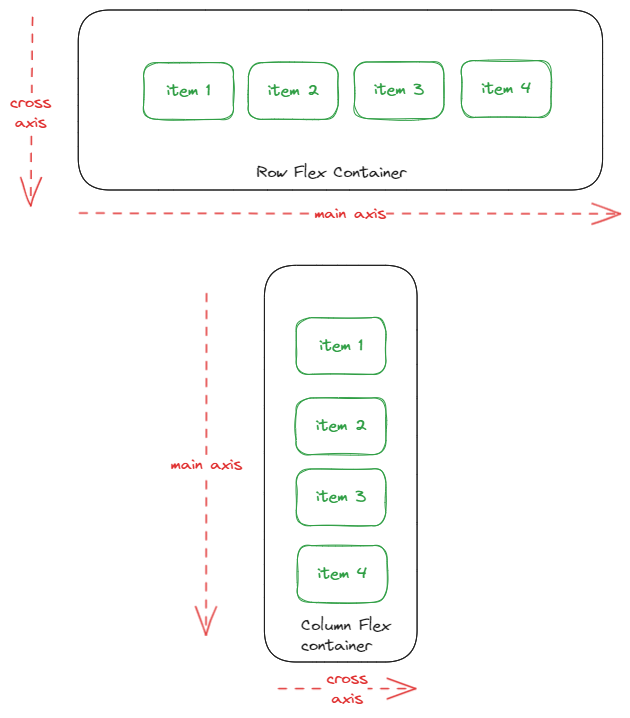
This is static/img/flex-main-cross-axis.excalidraw.png from swaroopar/inprogress-engineer, a Excalidraw export, as it was before one commit. Source tidied: one line per element, renumbered; positions are measured from the earlier drawing's top-left corner, leaving out a move shared by most shapes.
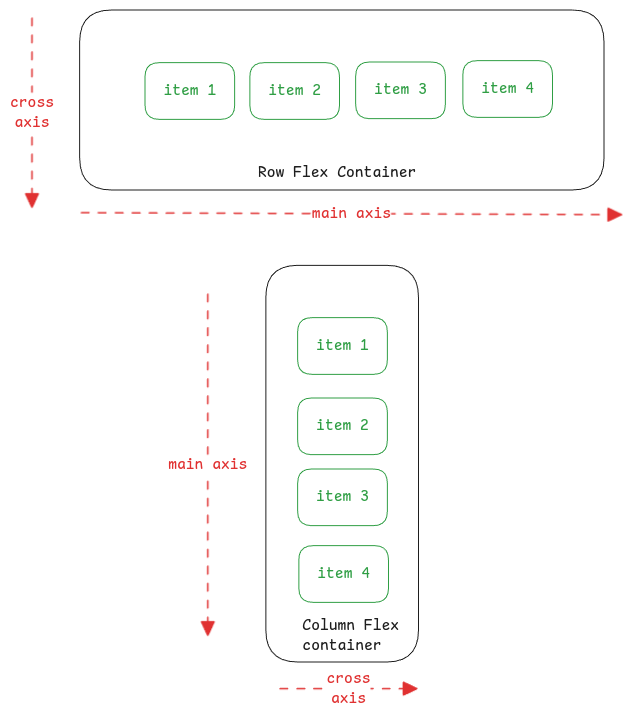
After the commit.

What changed in the source:
```diff
@@ -1,28 +1,28 @@
 {"id": 0, "type": "rectangle", "strokeColor": "#1e1e1e", "strokeWidth": 1, "roughness": 0, "round": true, "x": 68, "y": 0, "width": 524, "height": 180}
-{"id": 1, "type": "rectangle", "strokeColor": "#2f9e44", "strokeWidth": 1, "roughness": 1, "round": true, "x": 134, "y": 53, "width": 90, "height": 57}
+{"id": 1, "type": "rectangle", "strokeColor": "#2f9e44", "strokeWidth": 1, "roughness": 0, "round": true, "x": 134, "y": 53, "width": 90, "height": 57}
-{"id": 2, "type": "text", "text": "item 1", "strokeColor": "#2f9e44", "strokeWidth": 1, "roughness": 1, "fontSize": 16, "fontFamily": 1, "textAlign": "center", "verticalAlign": "middle", "inside": 1, "x": 157, "y": 71, "width": 44, "height": 20}
+{"id": 2, "type": "text", "text": "item 1", "strokeColor": "#2f9e44", "strokeWidth": 1, "roughness": 1, "fontSize": 16, "fontFamily": 8, "textAlign": "center", "verticalAlign": "middle", "inside": 1, "x": 152, "y": 71, "width": 53, "height": 20}
-{"id": 3, "type": "rectangle", "strokeColor": "#2f9e44", "strokeWidth": 1, "roughness": 1, "round": true, "x": 238, "y": 53, "width": 90, "height": 57}
+{"id": 3, "type": "rectangle", "strokeColor": "#2f9e44", "strokeWidth": 1, "roughness": 0, "round": true, "x": 238, "y": 53, "width": 90, "height": 57}
-{"id": 4, "type": "text", "text": "item 2", "strokeColor": "#2f9e44", "strokeWidth": 1, "roughness": 1, "fontSize": 16, "fontFamily": 1, "textAlign": "center", "verticalAlign": "middle", "inside": 3, "x": 258, "y": 71, "width": 51, "height": 20}
+{"id": 4, "type": "text", "text": "item 2", "strokeColor": "#2f9e44", "strokeWidth": 1, "roughness": 1, "fontSize": 16, "fontFamily": 8, "textAlign": "center", "verticalAlign": "middle", "inside": 3, "x": 257, "y": 71, "width": 53, "height": 20}
-{"id": 5, "type": "rectangle", "strokeColor": "#2f9e44", "strokeWidth": 1, "roughness": 1, "round": true, "x": 344, "y": 52, "width": 90, "height": 57}
+{"id": 5, "type": "rectangle", "strokeColor": "#2f9e44", "strokeWidth": 1, "roughness": 0, "round": true, "x": 344, "y": 52, "width": 90, "height": 57}
-{"id": 6, "type": "text", "text": "item 3", "strokeColor": "#2f9e44", "strokeWidth": 1, "roughness": 1, "fontSize": 16, "fontFamily": 1, "textAlign": "center", "verticalAlign": "middle", "inside": 5, "x": 364, "y": 70, "width": 50, "height": 20}
+{"id": 6, "type": "text", "text": "item 3", "strokeColor": "#2f9e44", "strokeWidth": 1, "roughness": 1, "fontSize": 16, "fontFamily": 8, "textAlign": "center", "verticalAlign": "middle", "inside": 5, "x": 363, "y": 70, "width": 53, "height": 20}
-{"id": 7, "type": "rectangle", "strokeColor": "#2f9e44", "strokeWidth": 1, "roughness": 1, "round": true, "x": 451, "y": 51, "width": 90, "height": 57}
+{"id": 7, "type": "rectangle", "strokeColor": "#2f9e44", "strokeWidth": 1, "roughness": 0, "round": true, "x": 451, "y": 51, "width": 90, "height": 57}
-{"id": 8, "type": "text", "text": "item 4", "strokeColor": "#2f9e44", "strokeWidth": 1, "roughness": 1, "fontSize": 16, "fontFamily": 1, "textAlign": "center", "verticalAlign": "middle", "inside": 7, "x": 471, "y": 69, "width": 50, "height": 20}
+{"id": 8, "type": "text", "text": "item 4", "strokeColor": "#2f9e44", "strokeWidth": 1, "roughness": 1, "fontSize": 16, "fontFamily": 8, "textAlign": "center", "verticalAlign": "middle", "inside": 7, "x": 470, "y": 69, "width": 53, "height": 20}
-{"id": 9, "type": "arrow", "strokeColor": "#e03131", "strokeWidth": 1, "strokeStyle": "dashed", "roughness": 1, "endArrowhead": "arrow", "round": true, "from": 0, "x": 70, "y": 203, "width": 540, "height": 2, "points": [[0, 0], [540, 2]]}
+{"id": 9, "type": "arrow", "strokeColor": "#e03131", "strokeWidth": 1, "strokeStyle": "dashed", "roughness": 0, "endArrowhead": "triangle", "round": true, "from": 0, "x": 70, "y": 203, "width": 540, "height": 2, "points": [[0, 0], [540, 2]]}
-{"id": 10, "type": "text", "text": "main axis", "strokeColor": "#e03131", "strokeWidth": 1, "strokeStyle": "dashed", "roughness": 1, "fontSize": 16, "fontFamily": 1, "textAlign": "center", "verticalAlign": "middle", "inside": 9, "x": 298, "y": 191, "width": 72, "height": 20}
+{"id": 10, "type": "text", "text": "main axis", "strokeColor": "#e03131", "strokeWidth": 1, "strokeStyle": "dashed", "roughness": 1, "fontSize": 16, "fontFamily": 8, "textAlign": "center", "verticalAlign": "middle", "inside": 9, "x": 300, "y": 194, "width": 79, "height": 20}
-{"id": 11, "type": "arrow", "strokeColor": "#e03131", "strokeWidth": 1, "strokeStyle": "dashed", "roughness": 1, "endArrowhead": "arrow", "round": true, "x": 21, "y": 8, "width": 0, "height": 189, "points": [[0, 0], [0, 189]]}
+{"id": 11, "type": "arrow", "strokeColor": "#e03131", "strokeWidth": 1, "strokeStyle": "dashed", "roughness": 0, "endArrowhead": "triangle", "round": true, "x": 21, "y": 8, "width": 0, "height": 189, "points": [[0, 0], [0, 189]]}
-{"id": 12, "type": "text", "text": "cross\naxis", "strokeColor": "#e03131", "strokeWidth": 1, "strokeStyle": "dashed", "roughness": 1, "fontSize": 16, "fontFamily": 1, "textAlign": "center", "verticalAlign": "middle", "inside": 11, "x": 0, "y": 83, "width": 41, "height": 40}
+{"id": 12, "type": "text", "text": "cross\naxis", "strokeColor": "#e03131", "strokeWidth": 1, "strokeStyle": "dashed", "roughness": 1, "fontSize": 16, "fontFamily": 8, "textAlign": "center", "verticalAlign": "middle", "inside": 11, "x": -1, "y": 83, "width": 44, "height": 40}
-{"id": 13, "type": "text", "text": "Row Flex Container", "strokeColor": "#1e1e1e", "strokeWidth": 1, "strokeStyle": "dashed", "roughness": 1, "fontSize": 16, "fontFamily": 1, "x": 247, "y": 153, "width": 150, "height": 20}
+{"id": 13, "type": "text", "text": "Row Flex Container", "strokeColor": "#1e1e1e", "strokeWidth": 1, "strokeStyle": "dashed", "roughness": 0, "fontSize": 16, "fontFamily": 8, "x": 247, "y": 153, "width": 158, "height": 20}
 {"id": 14, "type": "rectangle", "strokeColor": "#1e1e1e", "strokeWidth": 1, "roughness": 0, "round": true, "x": 254, "y": 255, "width": 153, "height": 397}
-{"id": 15, "type": "rectangle", "strokeColor": "#2f9e44", "strokeWidth": 1, "roughness": 1, "round": true, "x": 286, "y": 308, "width": 90, "height": 57}
+{"id": 15, "type": "rectangle", "strokeColor": "#2f9e44", "strokeWidth": 1, "roughness": 0, "round": true, "x": 286, "y": 308, "width": 90, "height": 57}
-{"id": 16, "type": "text", "text": "item 1", "strokeColor": "#2f9e44", "strokeWidth": 1, "roughness": 1, "fontSize": 16, "fontFamily": 1, "textAlign": "center", "verticalAlign": "middle", "inside": 15, "x": 309, "y": 326, "width": 44, "height": 20}
+{"id": 16, "type": "text", "text": "item 1", "strokeColor": "#2f9e44", "strokeWidth": 1, "roughness": 1, "fontSize": 16, "fontFamily": 8, "textAlign": "center", "verticalAlign": "middle", "inside": 15, "x": 305, "y": 326, "width": 53, "height": 20}
-{"id": 17, "type": "rectangle", "strokeColor": "#2f9e44", "strokeWidth": 1, "roughness": 1, "round": true, "x": 286, "y": 388, "width": 90, "height": 57}
+{"id": 17, "type": "rectangle", "strokeColor": "#2f9e44", "strokeWidth": 1, "roughness": 0, "round": true, "x": 286, "y": 388, "width": 90, "height": 57}
-{"id": 18, "type": "text", "text": "item 2", "strokeColor": "#2f9e44", "strokeWidth": 1, "roughness": 1, "fontSize": 16, "fontFamily": 1, "textAlign": "center", "verticalAlign": "middle", "inside": 17, "x": 306, "y": 406, "width": 51, "height": 20}
+{"id": 18, "type": "text", "text": "item 2", "strokeColor": "#2f9e44", "strokeWidth": 1, "roughness": 1, "fontSize": 16, "fontFamily": 8, "textAlign": "center", "verticalAlign": "middle", "inside": 17, "x": 305, "y": 406, "width": 53, "height": 20}
-{"id": 19, "type": "rectangle", "strokeColor": "#2f9e44", "strokeWidth": 1, "roughness": 1, "round": true, "x": 286, "y": 459, "width": 90, "height": 57}
+{"id": 19, "type": "rectangle", "strokeColor": "#2f9e44", "strokeWidth": 1, "roughness": 0, "round": true, "x": 286, "y": 459, "width": 90, "height": 57}
-{"id": 20, "type": "text", "text": "item 3", "strokeColor": "#2f9e44", "strokeWidth": 1, "roughness": 1, "fontSize": 16, "fontFamily": 1, "textAlign": "center", "verticalAlign": "middle", "inside": 19, "x": 306, "y": 477, "width": 50, "height": 20}
+{"id": 20, "type": "text", "text": "item 3", "strokeColor": "#2f9e44", "strokeWidth": 1, "roughness": 1, "fontSize": 16, "fontFamily": 8, "textAlign": "center", "verticalAlign": "middle", "inside": 19, "x": 305, "y": 477, "width": 53, "height": 20}
-{"id": 21, "type": "rectangle", "strokeColor": "#2f9e44", "strokeWidth": 1, "roughness": 1, "round": true, "x": 287, "y": 536, "width": 90, "height": 57}
+{"id": 21, "type": "rectangle", "strokeColor": "#2f9e44", "strokeWidth": 1, "roughness": 0, "round": true, "x": 287, "y": 536, "width": 90, "height": 57}
-{"id": 22, "type": "text", "text": "item 4", "strokeColor": "#2f9e44", "strokeWidth": 1, "roughness": 1, "fontSize": 16, "fontFamily": 1, "textAlign": "center", "verticalAlign": "middle", "inside": 21, "x": 307, "y": 554, "width": 50, "height": 20}
+{"id": 22, "type": "text", "text": "item 4", "strokeColor": "#2f9e44", "strokeWidth": 1, "roughness": 1, "fontSize": 16, "fontFamily": 8, "textAlign": "center", "verticalAlign": "middle", "inside": 21, "x": 306, "y": 554, "width": 53, "height": 20}
-{"id": 23, "type": "arrow", "strokeColor": "#e03131", "strokeWidth": 1, "strokeStyle": "dashed", "roughness": 1, "endArrowhead": "arrow", "round": true, "x": 196, "y": 284, "width": 0, "height": 341, "points": [[0, 0], [0, 341]]}
+{"id": 23, "type": "arrow", "strokeColor": "#e03131", "strokeWidth": 1, "strokeStyle": "dashed", "roughness": 0, "endArrowhead": "triangle", "round": true, "x": 196, "y": 284, "width": 0, "height": 341, "points": [[0, 0], [0, 341]]}
-{"id": 24, "type": "text", "text": "main axis", "strokeColor": "#e03131", "strokeWidth": 1, "strokeStyle": "dashed", "roughness": 1, "fontSize": 16, "fontFamily": 1, "textAlign": "center", "verticalAlign": "middle", "inside": 23, "x": 458, "y": 302, "width": 72, "height": 20}
+{"id": 24, "type": "text", "text": "main axis", "strokeColor": "#e03131", "strokeWidth": 1, "strokeStyle": "dashed", "roughness": 1, "fontSize": 16, "fontFamily": 8, "textAlign": "center", "verticalAlign": "middle", "inside": 23, "x": 157, "y": 445, "width": 79, "height": 20}
-{"id": 25, "type": "arrow", "strokeColor": "#e03131", "strokeWidth": 1, "strokeStyle": "dashed", "roughness": 0, "endArrowhead": "arrow", "round": true, "x": 269, "y": 679, "width": 137, "height": 0, "points": [[0, 0], [137, 0]]}
+{"id": 25, "type": "arrow", "strokeColor": "#e03131", "strokeWidth": 1, "strokeStyle": "dashed", "roughness": 0, "endArrowhead": "triangle", "round": true, "x": 269, "y": 679, "width": 137, "height": 0, "points": [[0, 0], [137, 0]]}
-{"id": 26, "type": "text", "text": "cross\naxis", "strokeColor": "#e03131", "strokeWidth": 1, "strokeStyle": "dashed", "roughness": 0, "fontSize": 16, "fontFamily": 1, "textAlign": "center", "verticalAlign": "middle", "inside": 25, "x": 317, "y": 659, "width": 41, "height": 40}
+{"id": 26, "type": "text", "text": "cross\naxis", "strokeColor": "#e03131", "strokeWidth": 1, "strokeStyle": "dashed", "roughness": 0, "fontSize": 16, "fontFamily": 8, "textAlign": "center", "verticalAlign": "middle", "inside": 25, "x": 315, "y": 659, "width": 44, "height": 40}
-{"id": 27, "type": "text", "text": "Column Flex\ncontainer", "strokeColor": "#1e1e1e", "strokeWidth": 1, "strokeStyle": "dashed", "roughness": 0, "fontSize": 16, "fontFamily": 1, "x": 291, "y": 606, "width": 89, "height": 40}
+{"id": 27, "type": "text", "text": "Column Flex\ncontainer", "strokeColor": "#1e1e1e", "strokeWidth": 1, "strokeStyle": "dashed", "roughness": 0, "fontSize": 16, "fontFamily": 8, "x": 291, "y": 606, "width": 97, "height": 40}
```
